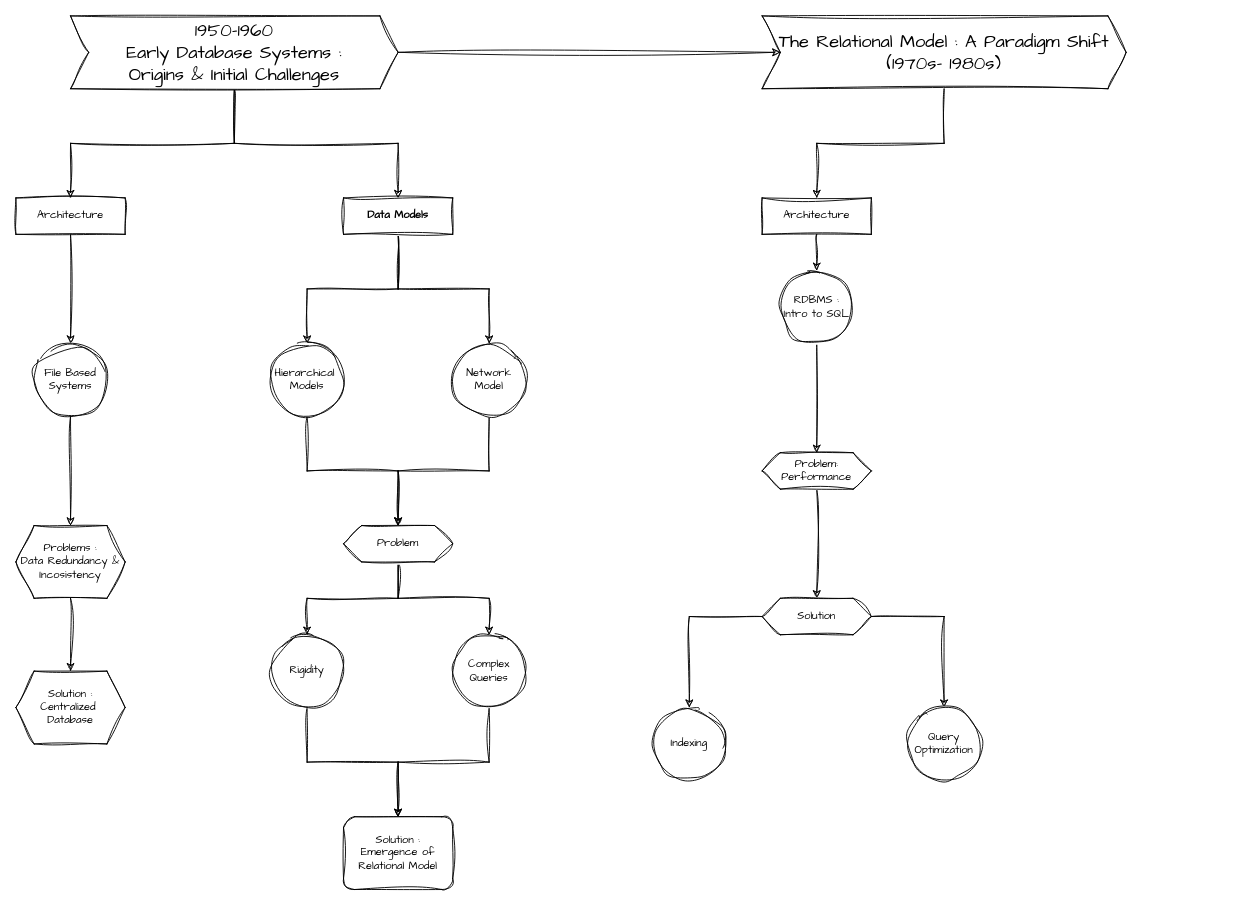
Earlier version of the draw.io diagram System Design/Databases.drawio (FilledVaccum/MindMaps). Source tidied: cells renumbered, new cells numbered last; positions are measured from the earlier drawing's top-left corner, leaving out a move shared by most shapes. Both pictures are drawn from the tidied source at 91%, with x=0, y=0 at pixel (15, 15).
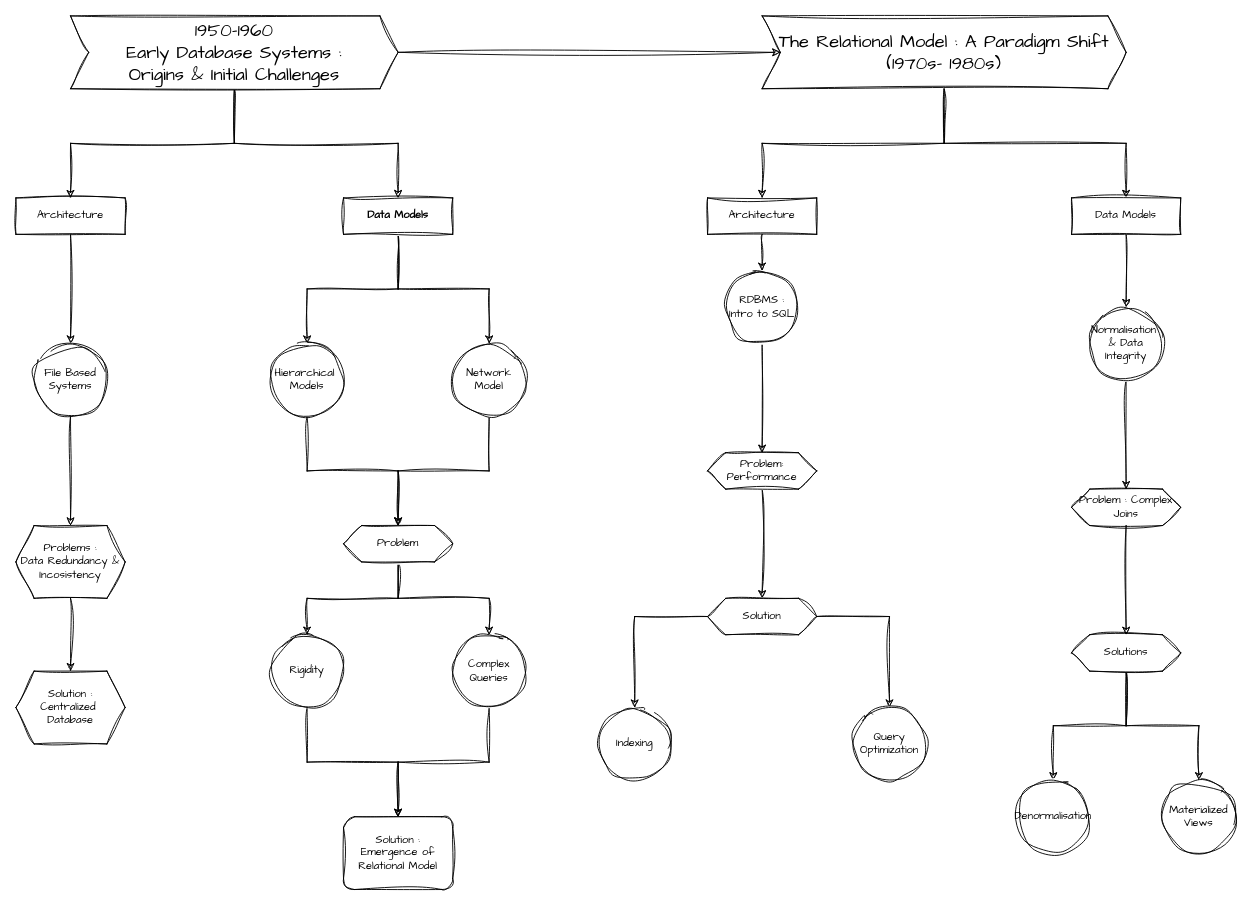
Above is the later version.

Unchanged cells that the change refers to:
```xml
<mxCell id="29" value="&lt;font style=&quot;font-size: 20px;&quot;&gt;The Relational Model : A Paradigm Shift (1970s- 1980s)&lt;br&gt;&lt;/font&gt;" style="shape=step;perimeter=stepPerimeter;whiteSpace=wrap;html=1;fixedSize=1;sketch=1;hachureGap=4;jiggle=2;curveFitting=1;fontFamily=Architects Daughter;" parent="1" vertex="1">
  <mxGeometry x="820" width="400" height="80" as="geometry" />
</mxCell>
```

Change to the diagram source:
```diff
@@
+    <mxCell id="41" style="edgeStyle=orthogonalEdgeStyle;rounded=0;sketch=1;hachureGap=4;jiggle=2;curveFitting=1;jettySize=auto;html=1;fontFamily=Architects Daughter;" parent="1" edge="1" source="29" target="43">
+      <mxGeometry relative="1" as="geometry" />
+    </mxCell>
@@
     <mxCell id="31" value="Architecture" style="whiteSpace=wrap;html=1;fontFamily=Architects Daughter;sketch=1;hachureGap=4;jiggle=2;curveFitting=1;" parent="1" vertex="1">
-      <mxGeometry x="820" y="200" width="120" height="40" as="geometry" />
+      <mxGeometry x="760" y="200" width="120" height="40" as="geometry" />
     </mxCell>
@@
     <mxCell id="33" value="RDBMS : Intro to SQL" style="ellipse;whiteSpace=wrap;html=1;fontFamily=Architects Daughter;sketch=1;hachureGap=4;jiggle=2;curveFitting=1;" parent="1" vertex="1">
-      <mxGeometry x="840" y="280" width="80" height="80" as="geometry" />
+      <mxGeometry x="780" y="280" width="80" height="80" as="geometry" />
     </mxCell>
@@
     <mxCell id="35" value="Problem: Performance" style="shape=hexagon;perimeter=hexagonPerimeter2;whiteSpace=wrap;html=1;fixedSize=1;fontFamily=Architects Daughter;sketch=1;hachureGap=4;jiggle=2;curveFitting=1;" parent="1" vertex="1">
-      <mxGeometry x="820" y="480" width="120" height="40" as="geometry" />
+      <mxGeometry x="760" y="480" width="120" height="40" as="geometry" />
     </mxCell>
@@
     <mxCell id="38" value="Solution" style="shape=hexagon;perimeter=hexagonPerimeter2;whiteSpace=wrap;html=1;fixedSize=1;fontFamily=Architects Daughter;sketch=1;hachureGap=4;jiggle=2;curveFitting=1;" parent="1" vertex="1">
-      <mxGeometry x="820" y="640" width="120" height="40" as="geometry" />
+      <mxGeometry x="760" y="640" width="120" height="40" as="geometry" />
     </mxCell>
     <mxCell id="39" value="Indexing" style="ellipse;whiteSpace=wrap;html=1;fontFamily=Architects Daughter;sketch=1;hachureGap=4;jiggle=2;curveFitting=1;" parent="1" vertex="1">
-      <mxGeometry x="700" y="760" width="80" height="80" as="geometry" />
+      <mxGeometry x="640" y="760" width="80" height="80" as="geometry" />
     </mxCell>
     <mxCell id="40" value="Query Optimization" style="ellipse;whiteSpace=wrap;html=1;fontFamily=Architects Daughter;sketch=1;hachureGap=4;jiggle=2;curveFitting=1;" parent="1" vertex="1">
-      <mxGeometry x="980" y="760" width="80" height="80" as="geometry" />
+      <mxGeometry x="920" y="760" width="80" height="80" as="geometry" />
     </mxCell>
+    <mxCell id="42" style="edgeStyle=orthogonalEdgeStyle;rounded=0;sketch=1;hachureGap=4;jiggle=2;curveFitting=1;jettySize=auto;html=1;fontFamily=Architects Daughter;" parent="1" edge="1" source="43" target="45">
+      <mxGeometry relative="1" as="geometry" />
+    </mxCell>
+    <mxCell id="43" value="Data Models" style="whiteSpace=wrap;html=1;fontFamily=Architects Daughter;sketch=1;hachureGap=4;jiggle=2;curveFitting=1;" parent="1" vertex="1">
+      <mxGeometry x="1160" y="200" width="120" height="40" as="geometry" />
+    </mxCell>
+    <mxCell id="44" style="edgeStyle=orthogonalEdgeStyle;rounded=0;sketch=1;hachureGap=4;jiggle=2;curveFitting=1;jettySize=auto;html=1;fontFamily=Architects Daughter;" parent="1" edge="1" source="45" target="47">
+      <mxGeometry relative="1" as="geometry" />
+    </mxCell>
+    <mxCell id="45" value="Normalisation&amp;nbsp; &amp;amp; Data Integrity" style="ellipse;whiteSpace=wrap;html=1;fontFamily=Architects Daughter;sketch=1;hachureGap=4;jiggle=2;curveFitting=1;" parent="1" vertex="1">
+      <mxGeometry x="1180" y="320" width="80" height="80" as="geometry" />
+    </mxCell>
+    <mxCell id="46" style="edgeStyle=orthogonalEdgeStyle;rounded=0;sketch=1;hachureGap=4;jiggle=2;curveFitting=1;jettySize=auto;html=1;fontFamily=Architects Daughter;" parent="1" edge="1" source="47" target="50">
+      <mxGeometry relative="1" as="geometry" />
+    </mxCell>
+    <mxCell id="47" value="Problem : Complex Joins" style="shape=hexagon;perimeter=hexagonPerimeter2;whiteSpace=wrap;html=1;fixedSize=1;fontFamily=Architects Daughter;sketch=1;hachureGap=4;jiggle=2;curveFitting=1;" parent="1" vertex="1">
+      <mxGeometry x="1160" y="520" width="120" height="40" as="geometry" />
+    </mxCell>
+    <mxCell id="48" style="edgeStyle=orthogonalEdgeStyle;rounded=0;sketch=1;hachureGap=4;jiggle=2;curveFitting=1;jettySize=auto;html=1;fontFamily=Architects Daughter;" parent="1" edge="1" source="50" target="51">
+      <mxGeometry relative="1" as="geometry" />
+    </mxCell>
+    <mxCell id="49" style="edgeStyle=orthogonalEdgeStyle;rounded=0;sketch=1;hachureGap=4;jiggle=2;curveFitting=1;jettySize=auto;html=1;fontFamily=Architects Daughter;" parent="1" edge="1" source="50" target="52">
+      <mxGeometry relative="1" as="geometry" />
+    </mxCell>
+    <mxCell id="50" value="Solutions" style="shape=hexagon;perimeter=hexagonPerimeter2;whiteSpace=wrap;html=1;fixedSize=1;fontFamily=Architects Daughter;sketch=1;hachureGap=4;jiggle=2;curveFitting=1;" parent="1" vertex="1">
+      <mxGeometry x="1160" y="680" width="120" height="40" as="geometry" />
+    </mxCell>
+    <mxCell id="51" value="Denormalisation" style="ellipse;whiteSpace=wrap;html=1;fontFamily=Architects Daughter;sketch=1;hachureGap=4;jiggle=2;curveFitting=1;" parent="1" vertex="1">
+      <mxGeometry x="1100" y="840" width="80" height="80" as="geometry" />
+    </mxCell>
+    <mxCell id="52" value="Materialized Views" style="ellipse;whiteSpace=wrap;html=1;fontFamily=Architects Daughter;sketch=1;hachureGap=4;jiggle=2;curveFitting=1;" parent="1" vertex="1">
+      <mxGeometry x="1260" y="840" width="80" height="80" as="geometry" />
+    </mxCell>
```
